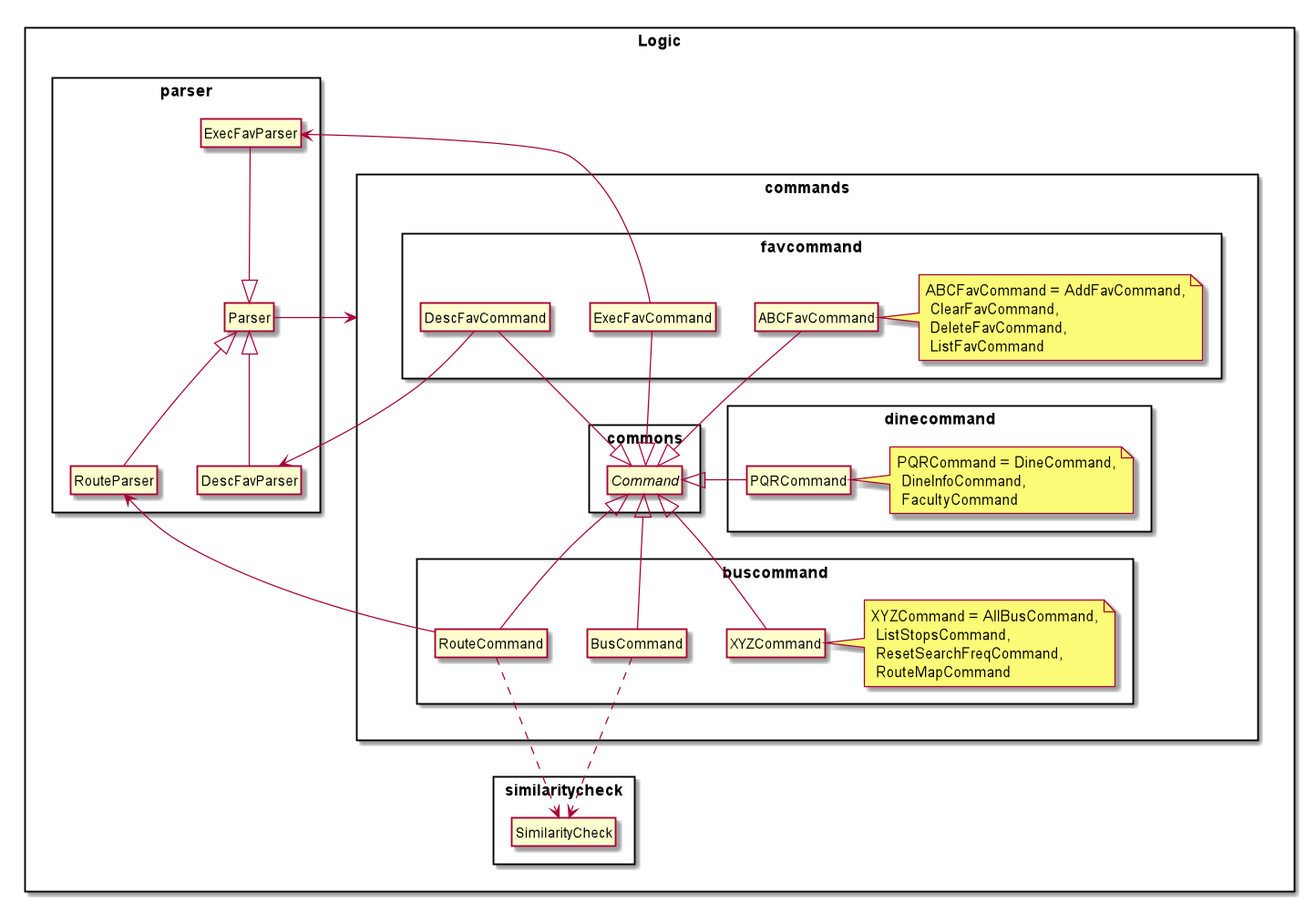
Earlier version of the PlantUML export docs/DG_Diagrams/LogicComponent.png (nus-cs2113-AY2021S1/tp).
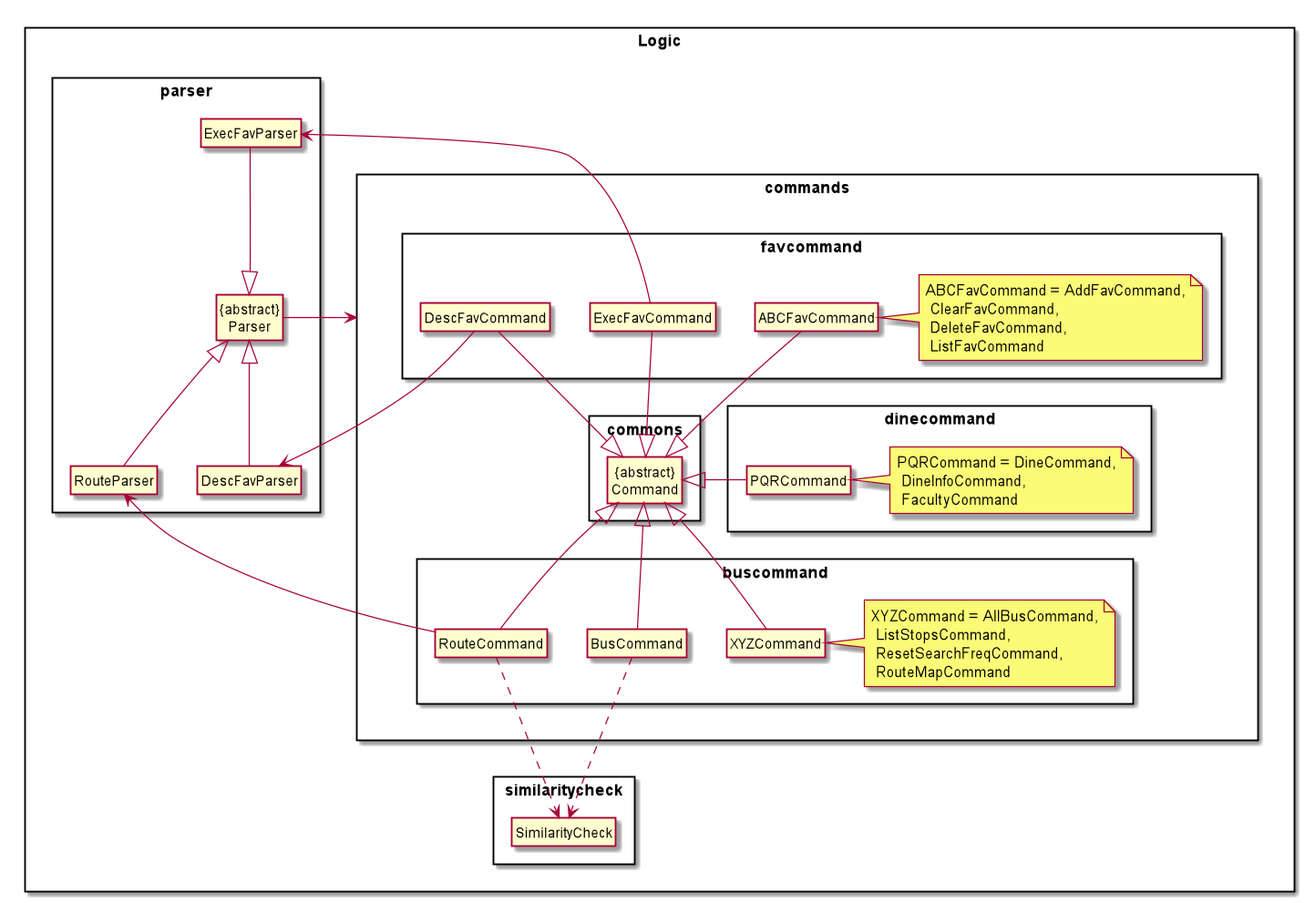
Above is the later version.

Commit message:
Update class diagrams to hide empty members in classes

The edit, as a diff of the source:
```diff
@@ -7,31 +7,31 @@
 Rectangle Logic {
 Rectangle commands {
 Rectangle commons {
-abstract class Command
+Class "{abstract}\nCommand"
 }
 Rectangle buscommand {
-Command <|-- BusCommand
-Command <|-- RouteCommand
-Command <|-- XYZCommand
+"{abstract}\nCommand" <|-- BusCommand
+"{abstract}\nCommand" <|-- RouteCommand
+"{abstract}\nCommand" <|-- XYZCommand
 note right: XYZCommand = AllBusCommand,\n ListStopsCommand,\n ResetSearchFreqCommand,\n RouteMapCommand
 }
 Rectangle dinecommand {
-Command <|-left PQRCommand
+"{abstract}\nCommand" <|-left PQRCommand
 note right: PQRCommand = DineCommand,\n DineInfoCommand,\n FacultyCommand
 }
 Rectangle favcommand {
-Command <|--up DescFavCommand
-Command <|--up ExecFavCommand
-Command <|--up ABCFavCommand
+"{abstract}\nCommand" <|--up DescFavCommand
+"{abstract}\nCommand" <|--up ExecFavCommand
+"{abstract}\nCommand" <|--up ABCFavCommand
 note right: ABCFavCommand = AddFavCommand,\n ClearFavCommand,\n DeleteFavCommand,\n ListFavCommand
 }
 }
 Rectangle parser {
-Parser <|-- RouteParser
+"{abstract}\nParser" <|-- RouteParser
 RouteParser <-down RouteCommand
-Parser <|-- DescFavParser
+"{abstract}\nParser" <|-- DescFavParser
 DescFavParser <- DescFavCommand
-Parser <|--up ExecFavParser
+"{abstract}\nParser" <|--up ExecFavParser
 ExecFavParser <- ExecFavCommand
 }
 
@@ -41,5 +41,5 @@
 }
 }
 
-Parser --left> commands
+"{abstract}\nParser" --left> commands
 @enduml
```
